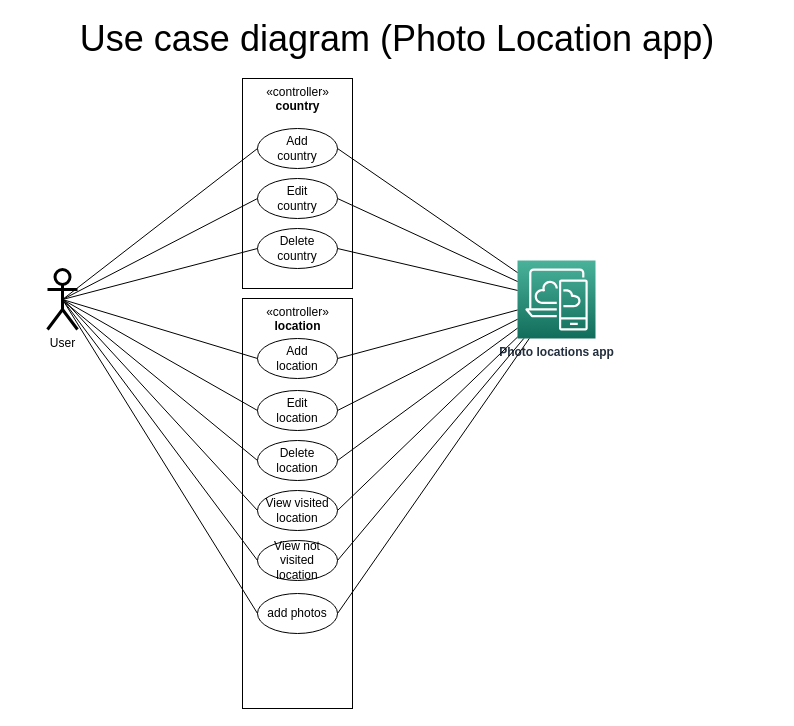
Michalju/PhotoApp keeps this draw.io diagram as page "Use Case" (4 of 7) of Design/Design.drawio. Above is the earlier version. Source tidied: cells renumbered, new cells numbered last; positions are measured from the earlier drawing's top-left corner, leaving out a move shared by most shapes. Both pictures are drawn from the tidied source at 100%, with x=0, y=0 at pixel (17, 18).
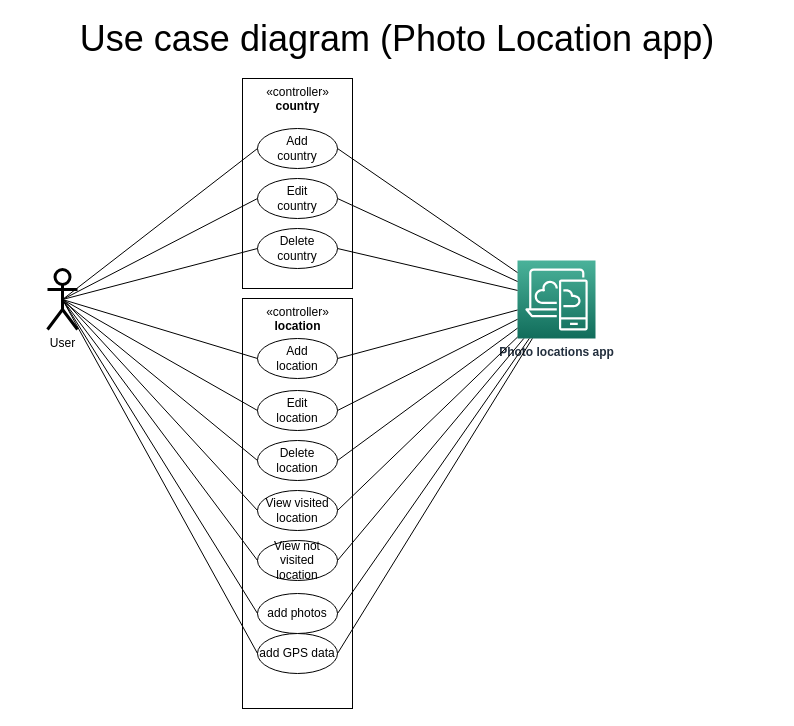
The same page after the edit.

The change refers to these unchanged cells:
```xml
<mxCell id="4" value="User" style="shape=umlActor;verticalLabelPosition=bottom;verticalAlign=top;html=1;strokeWidth=3;" parent="1" vertex="1">
  <mxGeometry x="30" y="251" width="30" height="60" as="geometry" />
</mxCell>
<mxCell id="6" value="Photo locations app" style="outlineConnect=0;fontColor=#232F3E;gradientColor=#4AB29A;gradientDirection=north;fillColor=#116D5B;strokeColor=#ffffff;dashed=0;verticalLabelPosition=bottom;verticalAlign=top;align=center;html=1;fontSize=12;fontStyle=1;shape=mxgraph.aws4.resourceIcon;resIcon=mxgraph.aws4.desktop_and_app_streaming;" parent="1" vertex="1">
  <mxGeometry x="500" y="242" width="78" height="78" as="geometry" />
</mxCell>
```

Diff of the diagram source:
```diff
@@
+    <mxCell id="34" value="add GPS data" style="ellipse;whiteSpace=wrap;html=1;" parent="1" vertex="1">
+      <mxGeometry x="240" y="615" width="80" height="40" as="geometry" />
+    </mxCell>
+    <mxCell id="35" style="endArrow=none;html=1;strokeWidth=1;entryX=0;entryY=0.5;entryDx=0;entryDy=0;exitX=0.5;exitY=0.5;exitDx=0;exitDy=0;exitPerimeter=0;" parent="1" edge="1" source="4" target="34">
+      <mxGeometry relative="1" as="geometry" />
+    </mxCell>
+    <mxCell id="36" style="endArrow=none;html=1;strokeWidth=1;exitX=1;exitY=0.5;exitDx=0;exitDy=0;" parent="1" edge="1" source="34" target="6">
+      <mxGeometry relative="1" as="geometry" />
+    </mxCell>
```
